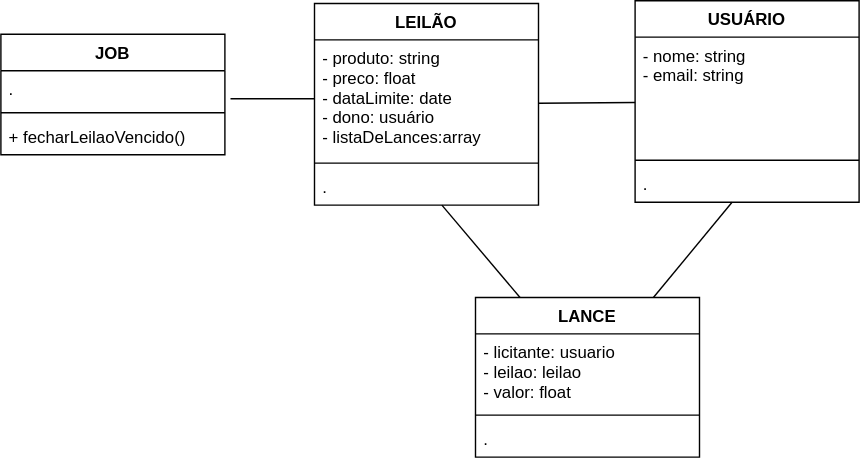
ericthmoritsuka/umlExercises keeps this draw.io diagram as ex diag de classe 1.svg. Above is the earlier version. Source tidied: cells renumbered, new cells last; positions are measured from the earlier drawing's top-left corner, leaving out a move shared by most shapes.
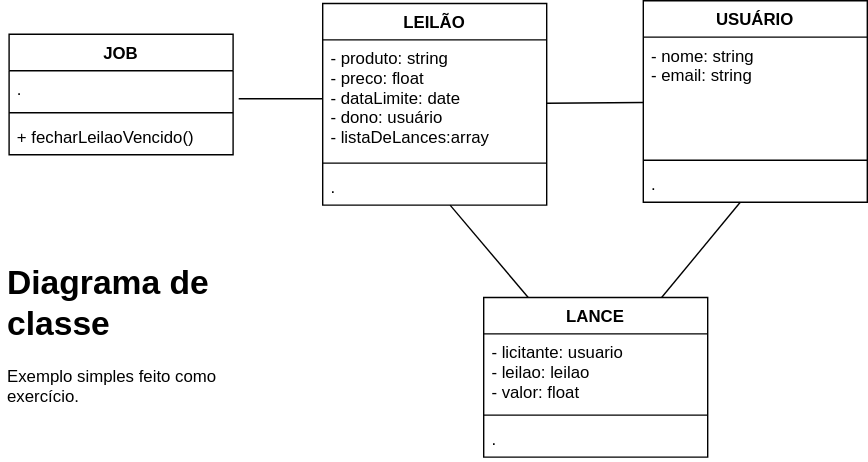
Later version of the same file.

Change to the diagram source:
```diff
@@ -62,5 +62,8 @@
     <mxCell id="21" value="+ fecharLeilaoVencido()" style="text;strokeColor=none;fillColor=none;align=left;verticalAlign=top;spacingLeft=4;spacingRight=4;overflow=hidden;" parent="18" vertex="1">
       <mxGeometry y="60" width="160" height="26" as="geometry" />
     </mxCell>
+    <mxCell id="22" value="&lt;h1&gt;Diagrama de classe&lt;/h1&gt;&lt;p&gt;Exemplo simples feito como exercício.&lt;/p&gt;" style="text;html=1;strokeColor=none;fillColor=none;spacing=5;spacingTop=-20;whiteSpace=wrap;overflow=hidden;rounded=0;" parent="1" vertex="1">
+      <mxGeometry x="-6" y="182" width="190" height="120" as="geometry" />
+    </mxCell>
   </root>
 </mxGraphModel>
```
